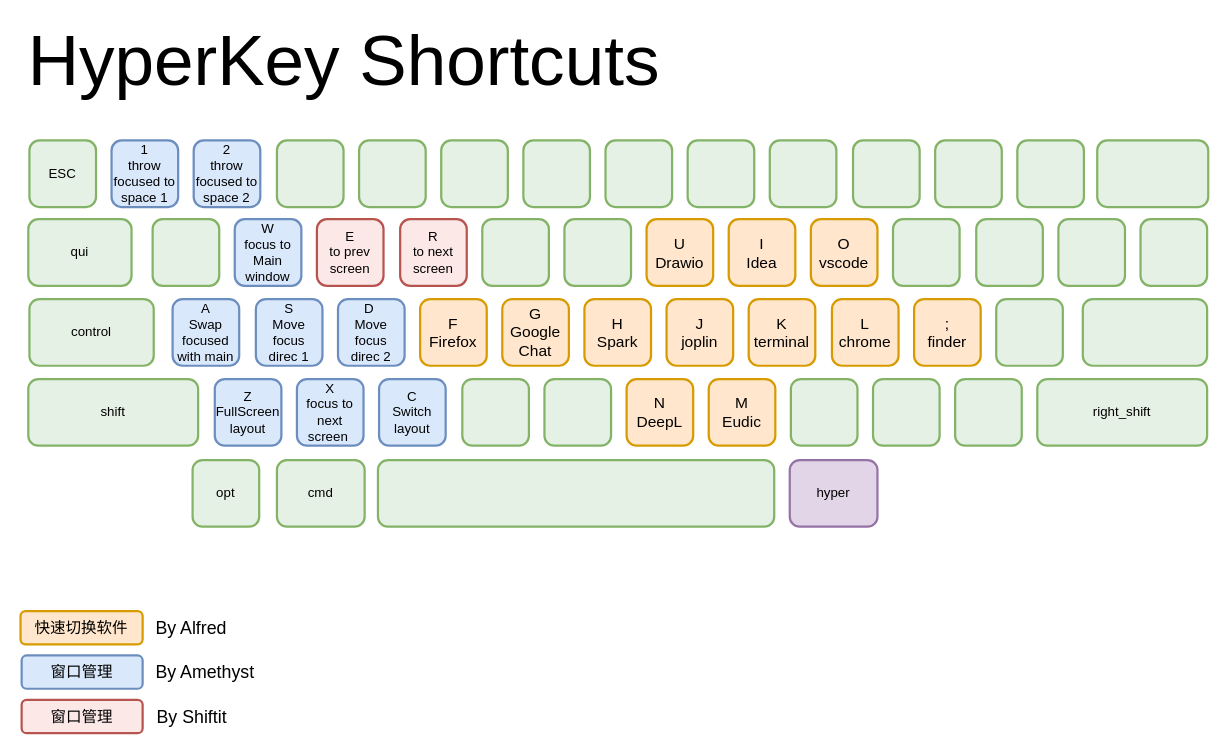
The draw.io diagram HyperKey/hyperkey-shortcuts.drawio in LintaoAmons/VimEverywhere, before the edit. Source tidied: cells renumbered, new cells numbered last; positions are measured from the earlier drawing's top-left corner, leaving out a move shared by most shapes. Both pictures are drawn from the tidied source at 111%, with x=0, y=0 at pixel (20, 44).
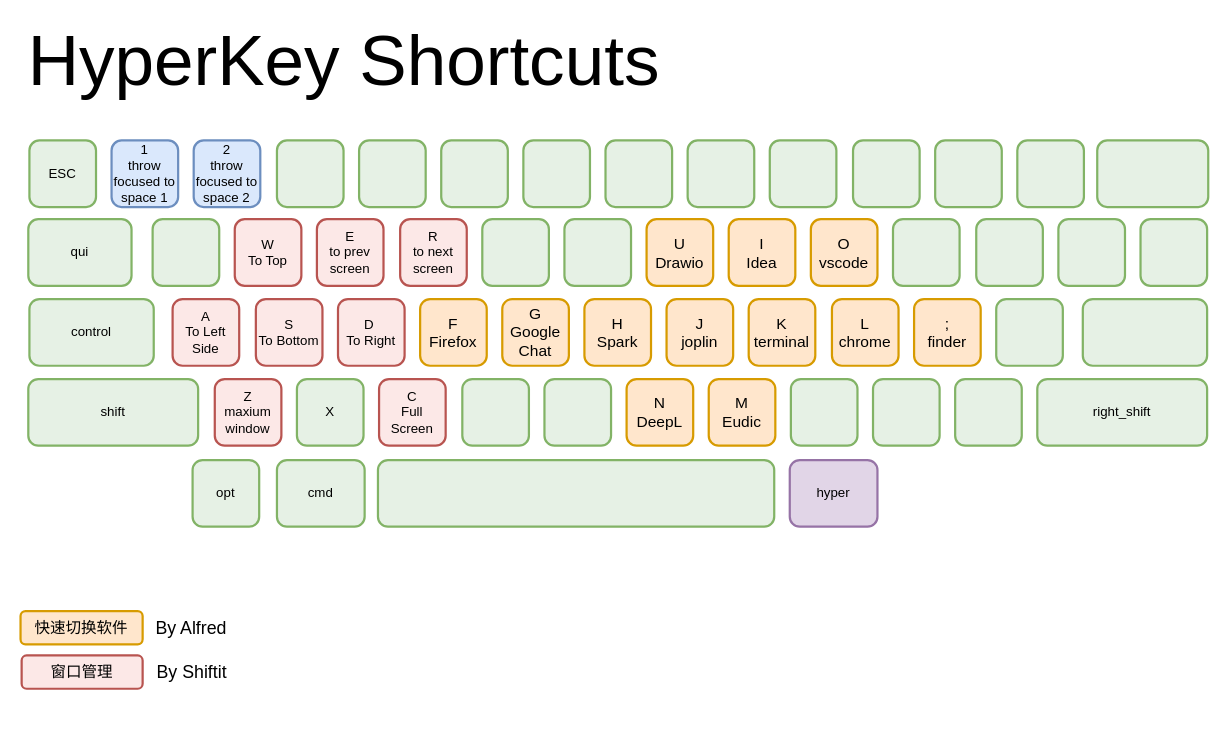
Above is the later version.

Commit message (it also covers changes not shown here):
Change HyperKey related | window management with only shiftit

The edit, as a diff of the source:
```diff
@@
-    <mxCell id="17" value="W&lt;br style=&quot;font-size: 12px;&quot;&gt;focus to Main window" style="rounded=1;whiteSpace=wrap;html=1;strokeWidth=2;fillColor=#dae8fc;strokeColor=#6c8ebf;fontSize=12;" parent="1" vertex="1">
+    <mxCell id="17" value="W&lt;br style=&quot;font-size: 12px&quot;&gt;To Top" style="rounded=1;whiteSpace=wrap;html=1;strokeWidth=2;fillColor=#F8CECC77;strokeColor=#b85450;fontSize=12;" parent="1" vertex="1">
       <mxGeometry x="193" y="157" width="60" height="60" as="geometry" />
     </mxCell>
@@
-    <mxCell id="30" value="A&lt;br style=&quot;font-size: 12px&quot;&gt;Swap focused with main" style="rounded=1;whiteSpace=wrap;html=1;strokeWidth=2;fillColor=#dae8fc;strokeColor=#6c8ebf;fontSize=12;" parent="1" vertex="1">
+    <mxCell id="30" value="A&lt;br style=&quot;font-size: 12px&quot;&gt;To Left Side" style="rounded=1;whiteSpace=wrap;html=1;strokeWidth=2;fillColor=#F8CECC77;strokeColor=#b85450;fontSize=12;" parent="1" vertex="1">
       <mxGeometry x="137" y="229" width="60" height="60" as="geometry" />
     </mxCell>
-    <mxCell id="31" value="S&lt;br style=&quot;font-size: 12px;&quot;&gt;Move focus direc 1" style="rounded=1;whiteSpace=wrap;html=1;strokeWidth=2;fillColor=#dae8fc;strokeColor=#6c8ebf;fontSize=12;" parent="1" vertex="1">
+    <mxCell id="31" value="S&lt;br style=&quot;font-size: 12px&quot;&gt;To Bottom" style="rounded=1;whiteSpace=wrap;html=1;strokeWidth=2;fillColor=#F8CECC77;strokeColor=#b85450;fontSize=12;" parent="1" vertex="1">
       <mxGeometry x="212" y="229" width="60" height="60" as="geometry" />
     </mxCell>
-    <mxCell id="32" value="D&amp;nbsp;&lt;br style=&quot;font-size: 12px;&quot;&gt;Move focus direc 2" style="rounded=1;whiteSpace=wrap;html=1;strokeWidth=2;fillColor=#dae8fc;strokeColor=#6c8ebf;fontSize=12;" parent="1" vertex="1">
+    <mxCell id="32" value="D&amp;nbsp;&lt;br style=&quot;font-size: 12px&quot;&gt;To Right" style="rounded=1;whiteSpace=wrap;html=1;strokeWidth=2;fillColor=#F8CECC77;strokeColor=#b85450;fontSize=12;" parent="1" vertex="1">
       <mxGeometry x="286" y="229" width="60" height="60" as="geometry" />
     </mxCell>
@@
-    <mxCell id="40" value="Z&lt;br style=&quot;font-size: 12px&quot;&gt;FullScreen&lt;br&gt;layout" style="rounded=1;whiteSpace=wrap;html=1;strokeWidth=2;fillColor=#dae8fc;strokeColor=#6c8ebf;fontSize=12;" parent="1" vertex="1">
+    <mxCell id="40" value="Z&lt;br style=&quot;font-size: 12px&quot;&gt;maxium window" style="rounded=1;whiteSpace=wrap;html=1;strokeWidth=2;fillColor=#F8CECC77;strokeColor=#b85450;fontSize=12;" parent="1" vertex="1">
       <mxGeometry x="175" y="301" width="60" height="60" as="geometry" />
     </mxCell>
-    <mxCell id="41" value="X&lt;br style=&quot;font-size: 12px;&quot;&gt;focus to next screen&amp;nbsp;" style="rounded=1;whiteSpace=wrap;html=1;strokeWidth=2;fillColor=#dae8fc;strokeColor=#6c8ebf;fontSize=12;" parent="1" vertex="1">
+    <mxCell id="41" value="X" style="rounded=1;whiteSpace=wrap;html=1;strokeWidth=2;fillColor=#D5E8D499;strokeColor=#82b366;fontSize=12;" parent="1" vertex="1">
       <mxGeometry x="249" y="301" width="60" height="60" as="geometry" />
     </mxCell>
-    <mxCell id="42" value="C&lt;br style=&quot;font-size: 12px;&quot;&gt;Switch layout" style="rounded=1;whiteSpace=wrap;html=1;strokeWidth=2;fillColor=#dae8fc;strokeColor=#6c8ebf;fontSize=12;" parent="1" vertex="1">
+    <mxCell id="42" value="C&lt;br style=&quot;font-size: 12px&quot;&gt;Full Screen" style="rounded=1;whiteSpace=wrap;html=1;strokeWidth=2;fillColor=#F8CECC77;strokeColor=#b85450;fontSize=12;" parent="1" vertex="1">
       <mxGeometry x="323" y="301" width="60" height="60" as="geometry" />
     </mxCell>
@@
-    <mxCell id="61" value="窗口管理" style="rounded=1;whiteSpace=wrap;html=1;strokeWidth=2;fillColor=#dae8fc;strokeColor=#6c8ebf;fontSize=14;" parent="1" vertex="1">
-      <mxGeometry x="1" y="550" width="109" height="30" as="geometry" />
-    </mxCell>
@@
     <mxCell id="63" value="&lt;font style=&quot;font-size: 14px&quot;&gt;窗口管理&lt;/font&gt;" style="rounded=1;whiteSpace=wrap;html=1;strokeWidth=2;fillColor=#F8CECC77;strokeColor=#b85450;fontSize=12;" parent="1" vertex="1">
-      <mxGeometry x="1" y="590" width="109" height="30" as="geometry" />
+      <mxGeometry x="1" y="550" width="109" height="30" as="geometry" />
     </mxCell>
-    <mxCell id="64" value="&lt;span style=&quot;font-size: 16px&quot;&gt;By Amethyst&lt;/span&gt;" style="text;html=1;strokeColor=none;fillColor=none;align=left;verticalAlign=middle;whiteSpace=wrap;rounded=0;" parent="1" vertex="1">
-      <mxGeometry x="120" y="555" width="131" height="20" as="geometry" />
-    </mxCell>
     <mxCell id="65" value="&lt;span style=&quot;font-size: 16px&quot;&gt;By Shiftit&lt;/span&gt;" style="text;html=1;strokeColor=none;fillColor=none;align=left;verticalAlign=middle;whiteSpace=wrap;rounded=0;" parent="1" vertex="1">
-      <mxGeometry x="120.5" y="595" width="131" height="20" as="geometry" />
+      <mxGeometry x="120.5" y="555" width="131" height="20" as="geometry" />
     </mxCell>
```
